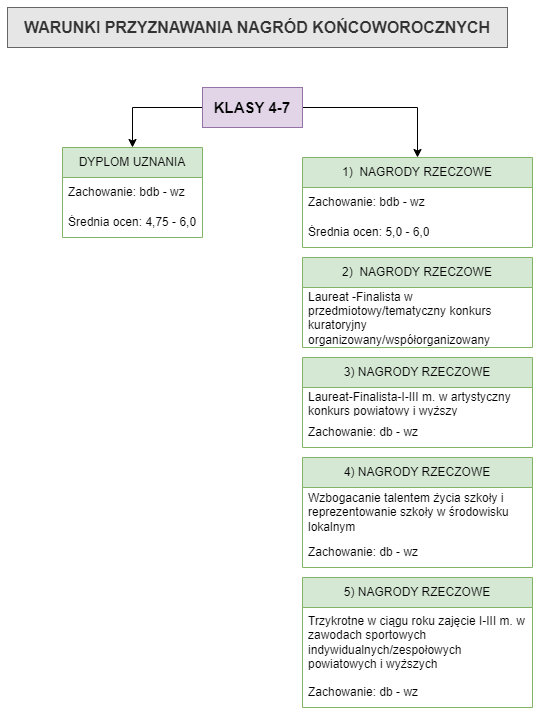
Before: WARUNKI PRZYZNAWANIA NAGRÓD SP2DT-Strona-2.drawio.png, a diagram exported from draw.io (CyberLady-Bug/School-Winners). Source tidied: cells renumbered, new cells last; positions are measured from the earlier drawing's top-left corner, leaving out a move shared by most shapes.
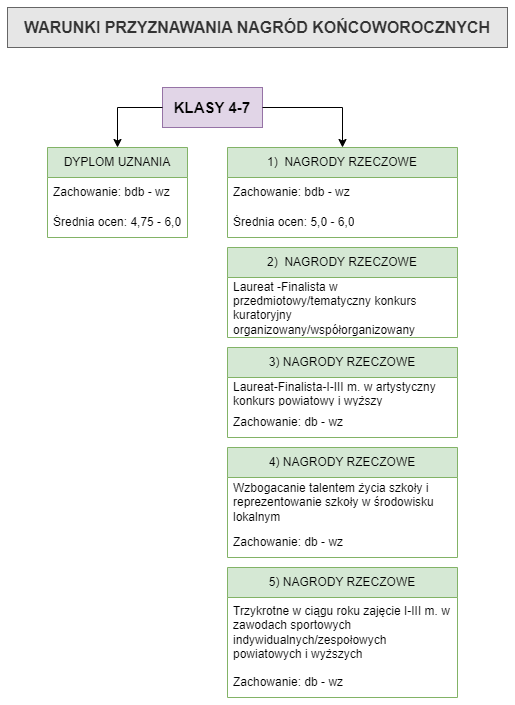
The same diagram one commit later.

Change to the diagram source:
```diff
@@ -2,20 +2,17 @@
   <root>
     <mxCell id="0" />
     <mxCell id="1" parent="0" />
-    <mxCell id="2" style="edgeStyle=orthogonalEdgeStyle;rounded=0;jettySize=auto;html=1;exitX=0;exitY=0.5;exitDx=0;exitDy=0;fontSize=15;entryX=0.5;entryY=0;entryDx=0;entryDy=0;" parent="1" edge="1" source="4" target="6">
-      <mxGeometry relative="1" as="geometry" />
-    </mxCell>
-    <mxCell id="3" style="edgeStyle=orthogonalEdgeStyle;rounded=0;jettySize=auto;html=1;exitX=1;exitY=0.5;exitDx=0;exitDy=0;fontSize=15;entryX=0.5;entryY=0;entryDx=0;entryDy=0;" parent="1" edge="1" source="4" target="9">
-      <mxGeometry relative="1" as="geometry" />
-    </mxCell>
+    <mxCell id="23" style="group;" parent="1" vertex="1">
+      <mxGeometry x="40" width="500" height="690" as="geometry" />
+    </mxCell>
-    <mxCell id="4" value="KLASY 4-7" style="whiteSpace=wrap;html=1;fillColor=#e1d5e7;strokeColor=#9673a6;fontStyle=1;fontSize=15;" parent="1" vertex="1">
-      <mxGeometry x="195" y="80" width="100" height="40" as="geometry" />
+    <mxCell id="4" value="KLASY 4-7" style="whiteSpace=wrap;html=1;fillColor=#e1d5e7;strokeColor=#9673a6;fontStyle=1;fontSize=15;" parent="23" vertex="1">
+      <mxGeometry x="155" y="80" width="100" height="40" as="geometry" />
     </mxCell>
-    <mxCell id="5" value="WARUNKI PRZYZNAWANIA NAGRÓD KOŃCOWOROCZNYCH" style="whiteSpace=wrap;html=1;fillColor=#E6E6E6;strokeColor=#666666;fontColor=#333333;fontStyle=1;fontSize=16;" parent="1" vertex="1">
+    <mxCell id="5" value="WARUNKI PRZYZNAWANIA NAGRÓD KOŃCOWOROCZNYCH" style="whiteSpace=wrap;html=1;fillColor=#E6E6E6;strokeColor=#666666;fontColor=#333333;fontStyle=1;fontSize=16;" parent="23" vertex="1">
       <mxGeometry width="500" height="40" as="geometry" />
     </mxCell>
-    <mxCell id="6" value="DYPLOM UZNANIA" style="swimlane;fontStyle=0;horizontal=1;startSize=30;whiteSpace=wrap;html=1;fillColor=#d5e8d4;strokeColor=#82b366;" parent="1" vertex="1">
-      <mxGeometry x="55" y="140" width="140" height="90" as="geometry" />
+    <mxCell id="6" value="DYPLOM UZNANIA" style="swimlane;fontStyle=0;horizontal=1;startSize=30;whiteSpace=wrap;html=1;fillColor=#d5e8d4;strokeColor=#82b366;" parent="23" vertex="1">
+      <mxGeometry x="40" y="140" width="140" height="90" as="geometry" />
     </mxCell>
     <mxCell id="7" value="Zachowanie: bdb - wz" style="text;strokeColor=none;fillColor=none;align=left;verticalAlign=middle;spacingLeft=4;spacingRight=4;overflow=hidden;whiteSpace=wrap;html=1;" parent="6" vertex="1">
       <mxGeometry y="30" width="140" height="30" as="geometry" />
@@ -23,8 +20,11 @@
     <mxCell id="8" value="Średnia ocen: 4,75 - 6,0" style="text;strokeColor=none;fillColor=none;align=left;verticalAlign=middle;spacingLeft=4;spacingRight=4;overflow=hidden;whiteSpace=wrap;html=1;" parent="6" vertex="1">
       <mxGeometry y="60" width="140" height="30" as="geometry" />
     </mxCell>
+    <mxCell id="2" style="edgeStyle=orthogonalEdgeStyle;rounded=0;jettySize=auto;html=1;exitX=0;exitY=0.5;exitDx=0;exitDy=0;fontSize=15;entryX=0.5;entryY=0;entryDx=0;entryDy=0;" parent="23" edge="1" source="4" target="6">
+      <mxGeometry relative="1" as="geometry" />
+    </mxCell>
-    <mxCell id="9" value="1)&amp;nbsp; NAGRODY RZECZOWE" style="swimlane;fontStyle=0;horizontal=1;startSize=30;whiteSpace=wrap;html=1;fillColor=#d5e8d4;strokeColor=#82b366;" parent="1" vertex="1">
-      <mxGeometry x="295" y="150" width="230" height="90" as="geometry" />
+    <mxCell id="9" value="1)&amp;nbsp; NAGRODY RZECZOWE" style="swimlane;fontStyle=0;horizontal=1;startSize=30;whiteSpace=wrap;html=1;fillColor=#d5e8d4;strokeColor=#82b366;" parent="23" vertex="1">
+      <mxGeometry x="220" y="140" width="230" height="90" as="geometry" />
     </mxCell>
     <mxCell id="10" value="Zachowanie: bdb - wz" style="text;strokeColor=none;fillColor=none;align=left;verticalAlign=middle;spacingLeft=4;spacingRight=4;overflow=hidden;whiteSpace=wrap;html=1;" parent="9" vertex="1">
       <mxGeometry y="30" width="230" height="30" as="geometry" />
@@ -32,14 +32,17 @@
     <mxCell id="11" value="Średnia ocen: 5,0 - 6,0" style="text;strokeColor=none;fillColor=none;align=left;verticalAlign=middle;spacingLeft=4;spacingRight=4;overflow=hidden;whiteSpace=wrap;html=1;" parent="9" vertex="1">
       <mxGeometry y="60" width="230" height="30" as="geometry" />
     </mxCell>
+    <mxCell id="3" style="edgeStyle=orthogonalEdgeStyle;rounded=0;jettySize=auto;html=1;exitX=1;exitY=0.5;exitDx=0;exitDy=0;fontSize=15;entryX=0.5;entryY=0;entryDx=0;entryDy=0;" parent="23" edge="1" source="4" target="9">
+      <mxGeometry relative="1" as="geometry" />
+    </mxCell>
-    <mxCell id="12" value="2)&amp;nbsp; NAGRODY RZECZOWE" style="swimlane;fontStyle=0;horizontal=1;startSize=30;whiteSpace=wrap;html=1;fillColor=#d5e8d4;strokeColor=#82b366;" parent="1" vertex="1">
-      <mxGeometry x="295" y="250" width="230" height="90" as="geometry" />
+    <mxCell id="12" value="2)&amp;nbsp; NAGRODY RZECZOWE" style="swimlane;fontStyle=0;horizontal=1;startSize=30;whiteSpace=wrap;html=1;fillColor=#d5e8d4;strokeColor=#82b366;" parent="23" vertex="1">
+      <mxGeometry x="220" y="240" width="230" height="90" as="geometry" />
     </mxCell>
     <mxCell id="13" value="Laureat -Finalista w przedmiotowy/tematyczny konkurs kuratoryjny organizowany/współorganizowany" style="text;strokeColor=none;fillColor=none;align=left;verticalAlign=middle;spacingLeft=4;spacingRight=4;overflow=hidden;whiteSpace=wrap;html=1;" parent="12" vertex="1">
       <mxGeometry y="30" width="230" height="60" as="geometry" />
     </mxCell>
-    <mxCell id="14" value="3) NAGRODY RZECZOWE" style="swimlane;fontStyle=0;horizontal=1;startSize=30;whiteSpace=wrap;html=1;fillColor=#d5e8d4;strokeColor=#82b366;" parent="1" vertex="1">
-      <mxGeometry x="295" y="350" width="230" height="90" as="geometry" />
+    <mxCell id="14" value="3) NAGRODY RZECZOWE" style="swimlane;fontStyle=0;horizontal=1;startSize=30;whiteSpace=wrap;html=1;fillColor=#d5e8d4;strokeColor=#82b366;" parent="23" vertex="1">
+      <mxGeometry x="220" y="340" width="230" height="90" as="geometry" />
     </mxCell>
     <mxCell id="15" value="Laureat-Finalista-I-III m. w artystyczny konkurs powiatowy i wyższy" style="text;strokeColor=none;fillColor=none;align=left;verticalAlign=middle;spacingLeft=4;spacingRight=4;overflow=hidden;whiteSpace=wrap;html=1;" parent="14" vertex="1">
       <mxGeometry y="30" width="230" height="30" as="geometry" />
@@ -47,8 +50,8 @@
     <mxCell id="16" value="Zachowanie: db - wz" style="text;strokeColor=none;fillColor=none;align=left;verticalAlign=middle;spacingLeft=4;spacingRight=4;overflow=hidden;whiteSpace=wrap;html=1;" parent="14" vertex="1">
       <mxGeometry y="60" width="230" height="30" as="geometry" />
     </mxCell>
-    <mxCell id="17" value="4) NAGRODY RZECZOWE" style="swimlane;fontStyle=0;horizontal=1;startSize=30;whiteSpace=wrap;html=1;fillColor=#d5e8d4;strokeColor=#82b366;" parent="1" vertex="1">
-      <mxGeometry x="295" y="450" width="230" height="110" as="geometry" />
+    <mxCell id="17" value="4) NAGRODY RZECZOWE" style="swimlane;fontStyle=0;horizontal=1;startSize=30;whiteSpace=wrap;html=1;fillColor=#d5e8d4;strokeColor=#82b366;" parent="23" vertex="1">
+      <mxGeometry x="220" y="440" width="230" height="110" as="geometry" />
     </mxCell>
     <mxCell id="18" value="Wzbogacanie talentem życia szkoły i reprezentowanie szkoły w środowisku lokalnym" style="text;strokeColor=none;fillColor=none;align=left;verticalAlign=middle;spacingLeft=4;spacingRight=4;overflow=hidden;whiteSpace=wrap;html=1;" parent="17" vertex="1">
       <mxGeometry y="30" width="230" height="50" as="geometry" />
@@ -56,8 +59,8 @@
     <mxCell id="19" value="Zachowanie: db - wz" style="text;strokeColor=none;fillColor=none;align=left;verticalAlign=middle;spacingLeft=4;spacingRight=4;overflow=hidden;whiteSpace=wrap;html=1;" parent="17" vertex="1">
       <mxGeometry y="80" width="230" height="30" as="geometry" />
     </mxCell>
-    <mxCell id="20" value="5) NAGRODY RZECZOWE" style="swimlane;fontStyle=0;horizontal=1;startSize=30;whiteSpace=wrap;html=1;fillColor=#d5e8d4;strokeColor=#82b366;" parent="1" vertex="1">
-      <mxGeometry x="295" y="570" width="230" height="130" as="geometry" />
+    <mxCell id="20" value="5) NAGRODY RZECZOWE" style="swimlane;fontStyle=0;horizontal=1;startSize=30;whiteSpace=wrap;html=1;fillColor=#d5e8d4;strokeColor=#82b366;" parent="23" vertex="1">
+      <mxGeometry x="220" y="560" width="230" height="130" as="geometry" />
     </mxCell>
     <mxCell id="21" value="Trzykrotne w ciągu roku zajęcie I-III m. w zawodach sportowych indywidualnych/zespołowych powiatowych i wyższych" style="text;strokeColor=none;fillColor=none;align=left;verticalAlign=middle;spacingLeft=4;spacingRight=4;overflow=hidden;whiteSpace=wrap;html=1;" parent="20" vertex="1">
       <mxGeometry y="30" width="230" height="70" as="geometry" />
```
